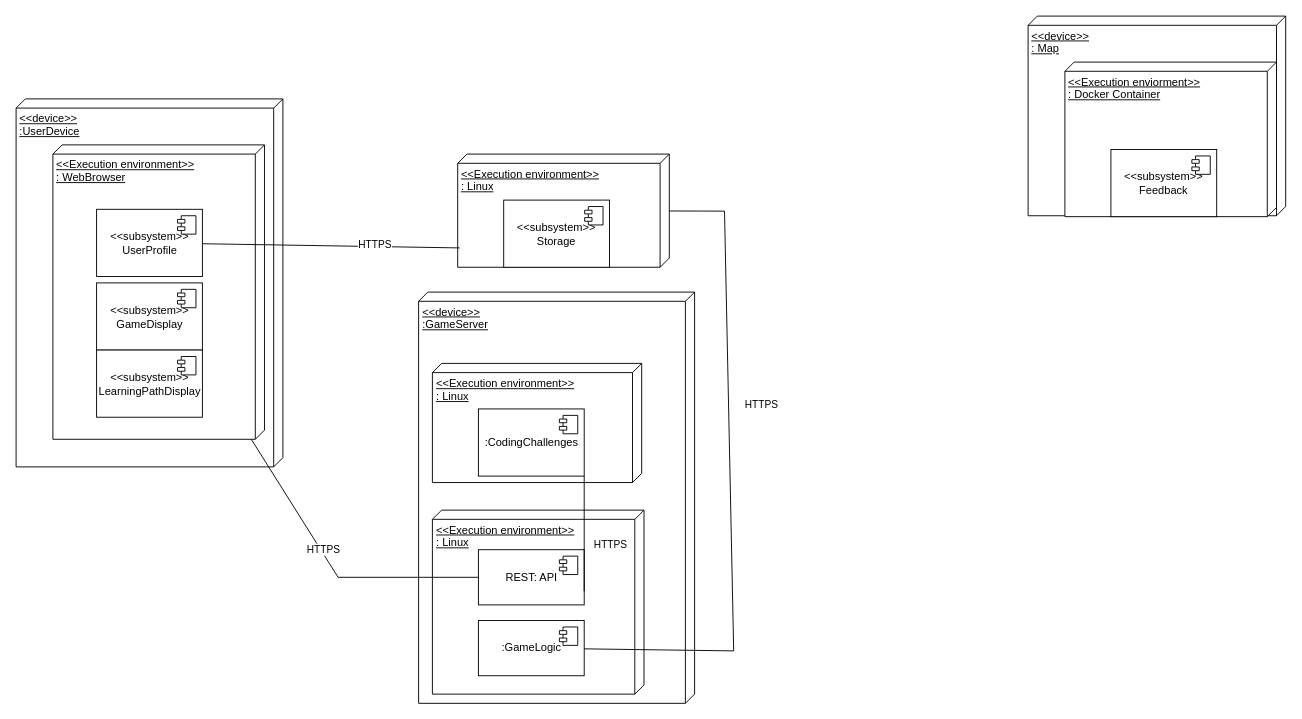
The draw.io diagram FinalProject.drawio in sirfan123/1530, before the edit. Source tidied: cells renumbered, new cells numbered last; positions are measured from the earlier drawing's top-left corner, leaving out a move shared by most shapes. Both pictures are drawn from the tidied source at 92%, with x=0, y=0 at pixel (16, 16).
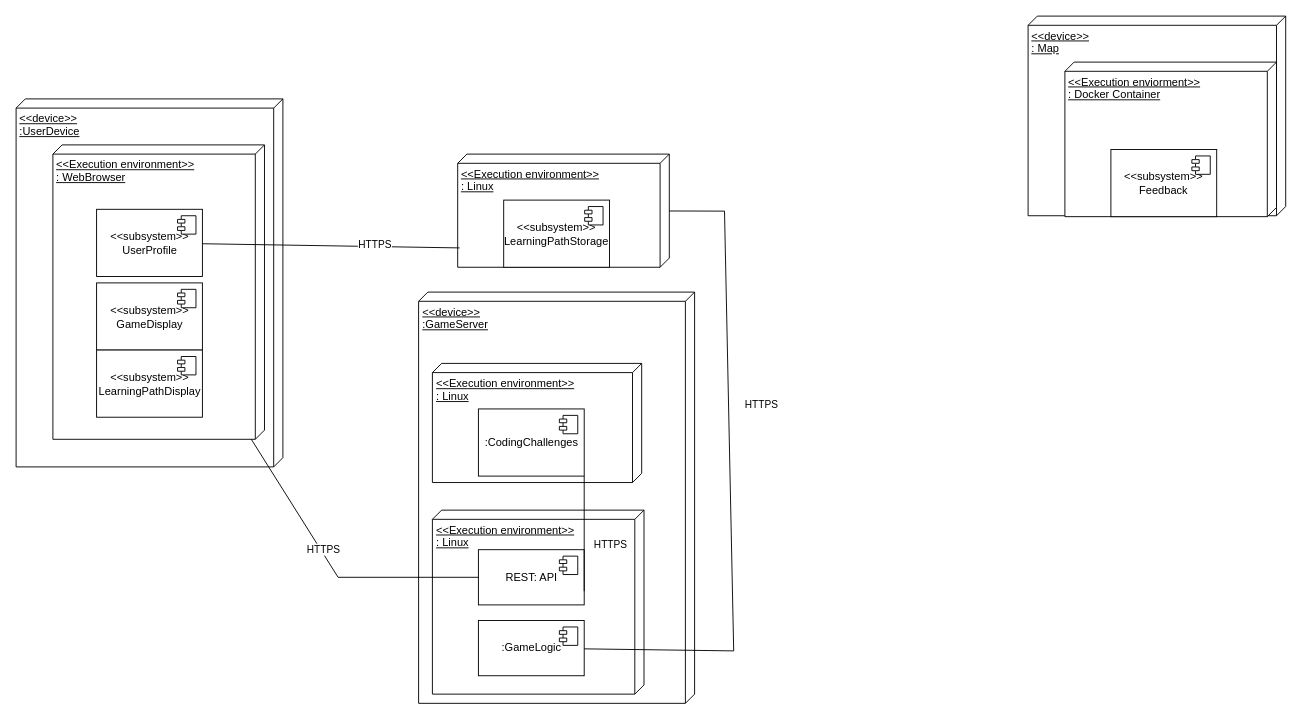
The same diagram, later.

The edit, as a diff of the source:
```diff
@@
-    <mxCell id="5" value="&amp;lt;&amp;lt;subsystem&amp;gt;&amp;gt;&lt;br&gt;Storage" style="html=1;whiteSpace=wrap;" parent="1" vertex="1">
+    <mxCell id="5" value="&amp;lt;&amp;lt;subsystem&amp;gt;&amp;gt;&lt;br&gt;LearningPathStorage" style="html=1;whiteSpace=wrap;" parent="1" vertex="1">
       <mxGeometry x="530" y="200" width="115" height="73" as="geometry" />
     </mxCell>
```
